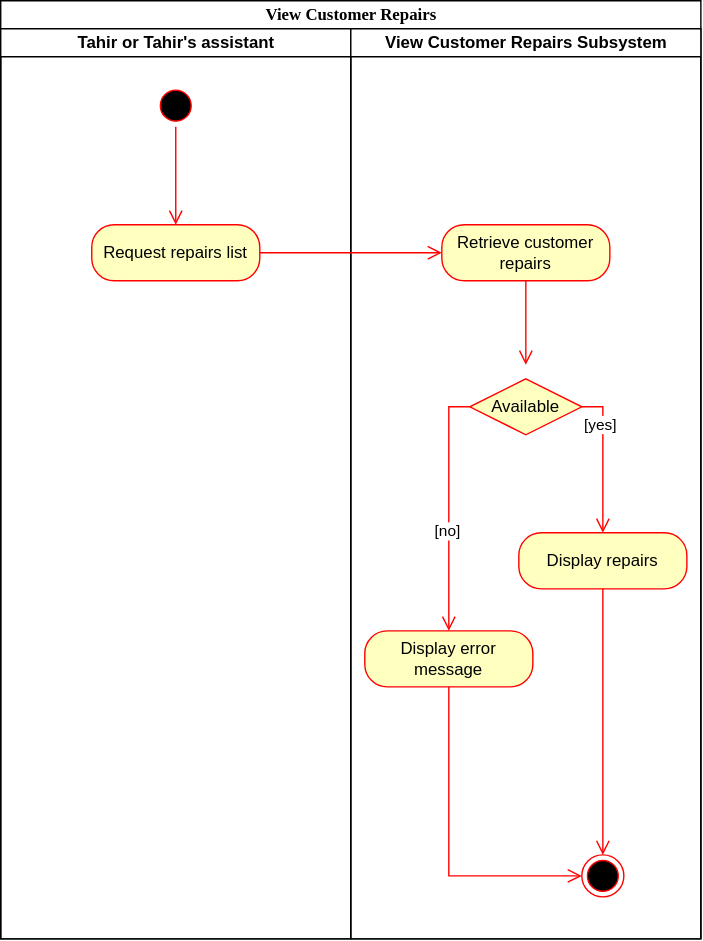
The draw.io diagram View Customer Repairs Activity Diagram.svg in Simamkele88/IFM3_GP, before a commit. Source tidied: cells renumbered, new cells last; positions are measured from the earlier drawing's top-left corner, leaving out a move shared by most shapes.
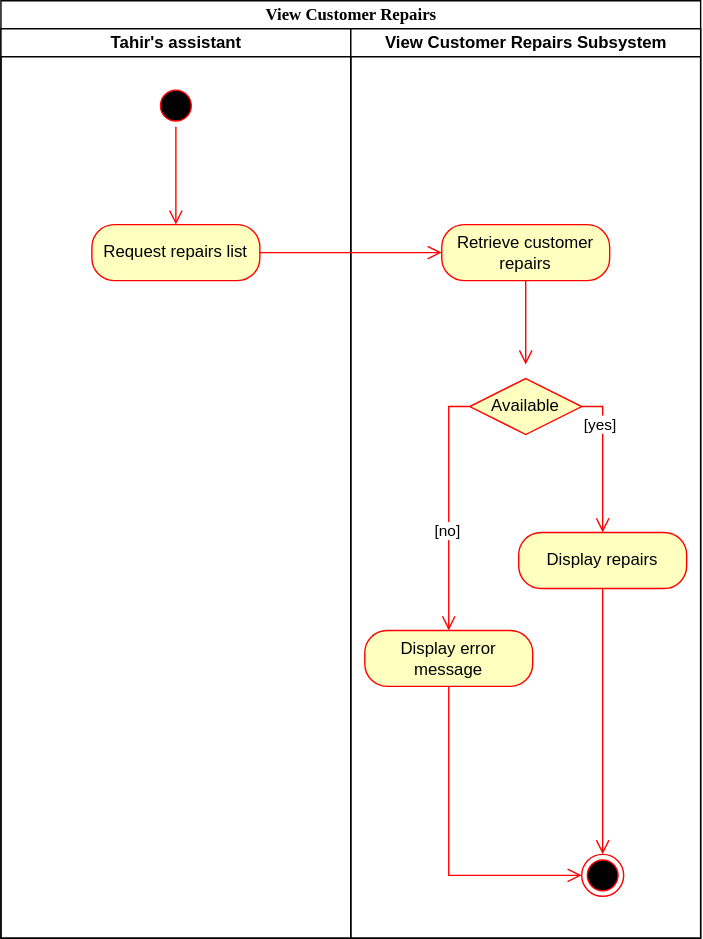
After the commit.

Change to the diagram source:
```diff
@@ -5,7 +5,7 @@
     <mxCell id="2" value="View Customer Repairs" style="swimlane;html=1;startSize=20;rounded=0;shadow=0;comic=0;labelBackgroundColor=none;strokeWidth=1;fontFamily=Verdana;fontSize=12;align=center;" parent="1" vertex="1">
       <mxGeometry width="500" height="670" as="geometry" />
     </mxCell>
-    <mxCell id="3" value="Tahir or Tahir's assistant" style="swimlane;html=1;startSize=20;" parent="2" vertex="1">
+    <mxCell id="3" value="Tahir's assistant" style="swimlane;html=1;startSize=20;" parent="2" vertex="1">
       <mxGeometry y="20" width="250" height="650" as="geometry" />
     </mxCell>
     <mxCell id="4" style="ellipse;html=1;shape=startState;fillColor=#000000;strokeColor=#ff0000;" parent="3" vertex="1">
```
